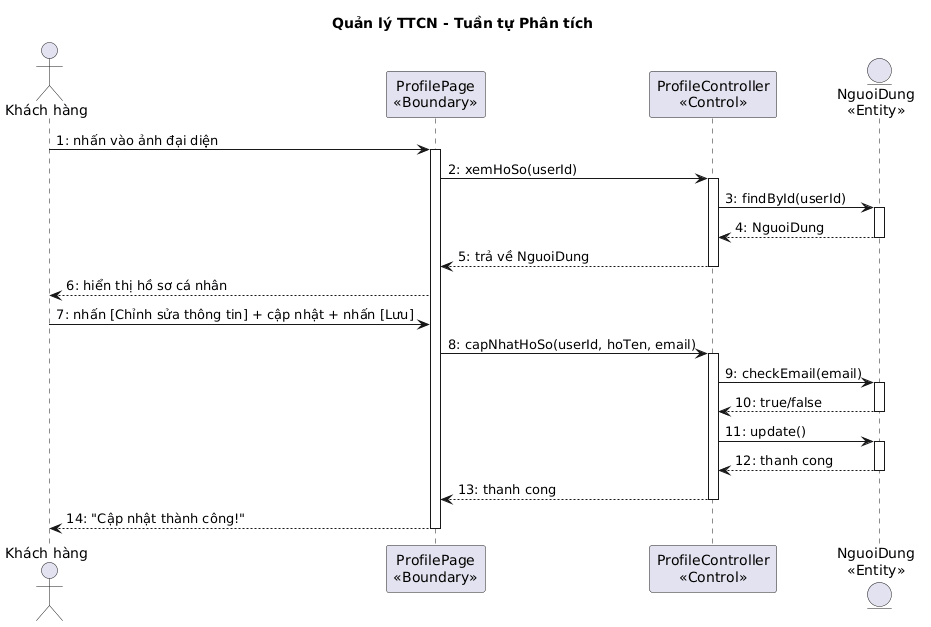
Before: output/diagrams/account_seq_profile.png, a diagram exported from PlantUML (thanhtrnnn/cnpm).
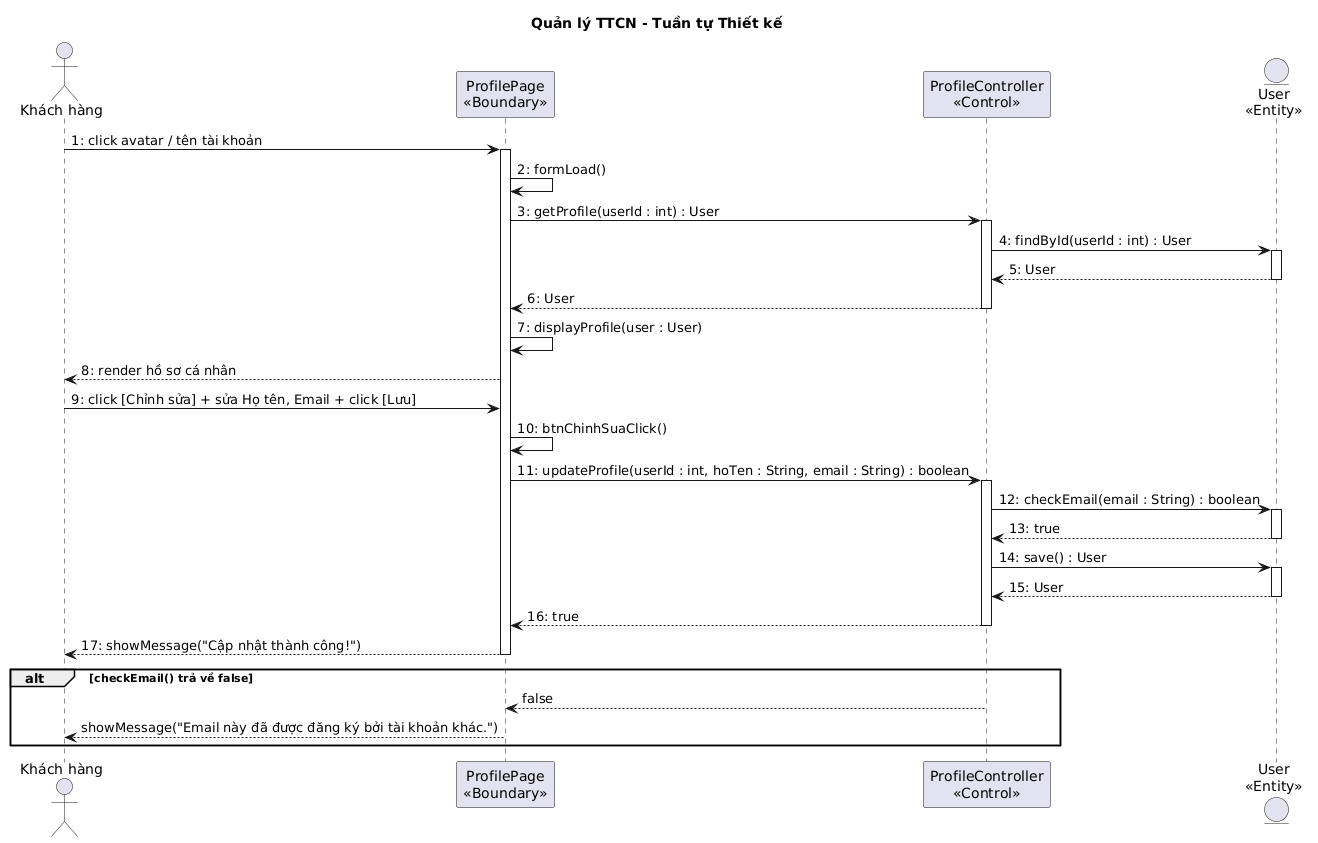
After the change.

Change to the diagram source:
```diff
@@ -1,35 +1,43 @@
 @startuml
-title Quản lý TTCN - Tuần tự Phân tích
+title Quản lý TTCN - Tuần tự Thiết kế
 
 actor "Khách hàng" as KH
 participant "ProfilePage\n<<Boundary>>" as B1
 participant "ProfileController\n<<Control>>" as C1
-entity "NguoiDung\n<<Entity>>" as E1
+entity "User\n<<Entity>>" as E1
 
-KH -> B1 : 1: nhấn vào ảnh đại diện
+KH -> B1 : 1: click avatar / tên tài khoản
 activate B1
-B1 -> C1 : 2: xemHoSo(userId)
+B1 -> B1 : 2: formLoad()
+B1 -> C1 : 3: getProfile(userId : int) : User
 activate C1
-C1 -> E1 : 3: findById(userId)
+C1 -> E1 : 4: findById(userId : int) : User
 activate E1
-E1 --> C1 : 4: NguoiDung
+E1 --> C1 : 5: User
 deactivate E1
-C1 --> B1 : 5: trả về NguoiDung
+C1 --> B1 : 6: User
 deactivate C1
-B1 --> KH : 6: hiển thị hồ sơ cá nhân
-KH -> B1 : 7: nhấn [Chỉnh sửa thông tin] + cập nhật + nhấn [Lưu]
-B1 -> C1 : 8: capNhatHoSo(userId, hoTen, email)
+B1 -> B1 : 7: displayProfile(user : User)
+B1 --> KH : 8: render hồ sơ cá nhân
+KH -> B1 : 9: click [Chỉnh sửa] + sửa Họ tên, Email + click [Lưu]
+B1 -> B1 : 10: btnChinhSuaClick()
+B1 -> C1 : 11: updateProfile(userId : int, hoTen : String, email : String) : boolean
 activate C1
-C1 -> E1 : 9: checkEmail(email)
+C1 -> E1 : 12: checkEmail(email : String) : boolean
 activate E1
-E1 --> C1 : 10: true/false
+E1 --> C1 : 13: true
 deactivate E1
-C1 -> E1 : 11: update()
+C1 -> E1 : 14: save() : User
 activate E1
-E1 --> C1 : 12: thanh cong
+E1 --> C1 : 15: User
 deactivate E1
-C1 --> B1 : 13: thanh cong
+C1 --> B1 : 16: true
 deactivate C1
-B1 --> KH : 14: "Cập nhật thành công!"
+B1 --> KH : 17: showMessage("Cập nhật thành công!")
 deactivate B1
+
+alt checkEmail() trả về false
+  C1 --> B1 : false
+  B1 --> KH : showMessage("Email này đã được đăng ký bởi tài khoản khác.")
+end
 @enduml
```
